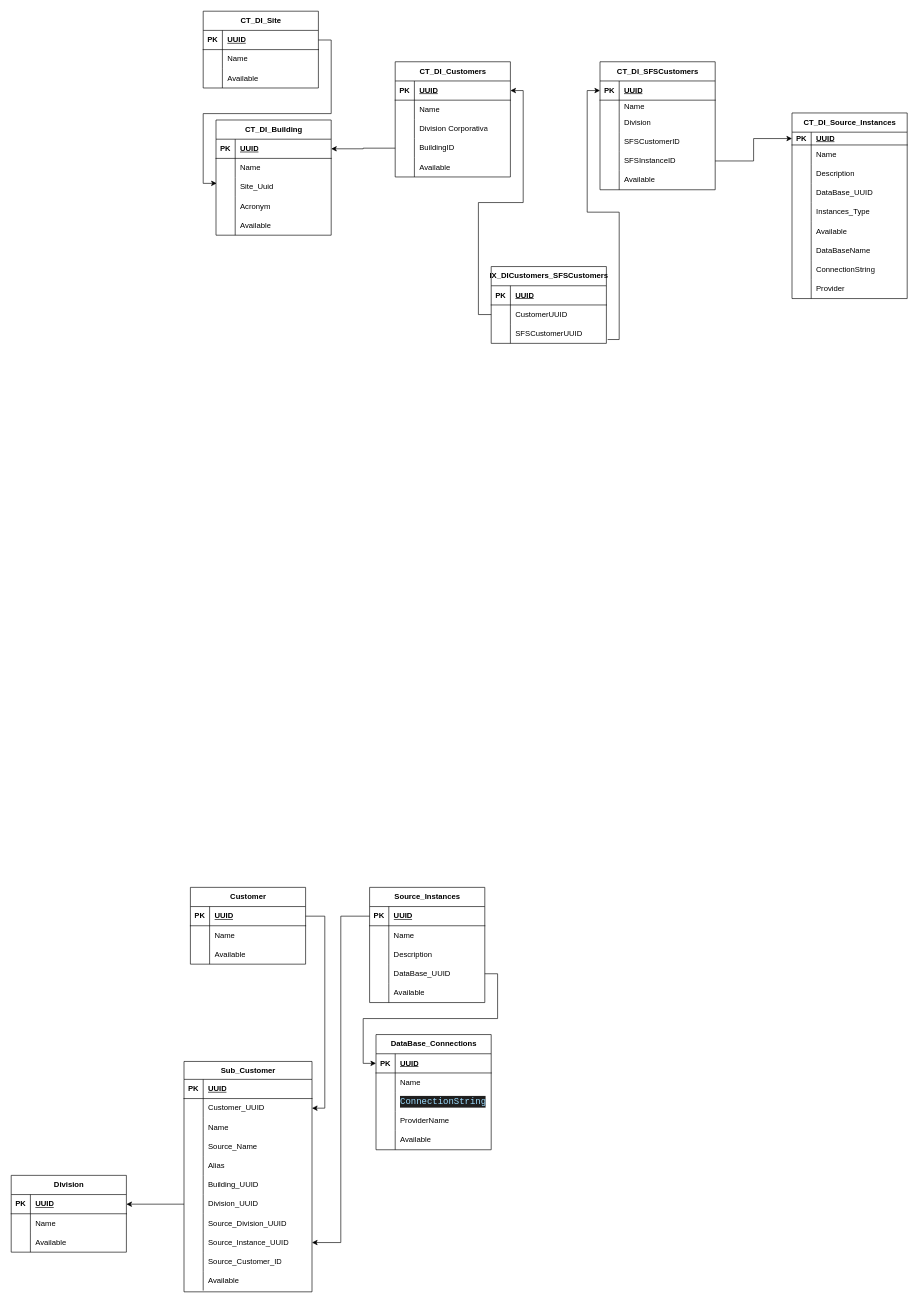
The draw.io diagram page "Copy of Customers DATAINTEGRITY" (2 of 15) of Untitled Diagram.drawio in byok22/backend, before the edit. Source tidied: cells renumbered, new cells numbered last; positions are measured from the earlier drawing's top-left corner, leaving out a move shared by most shapes. Both pictures are drawn from the tidied source at 64%, with x=0, y=0 at pixel (11, 11).
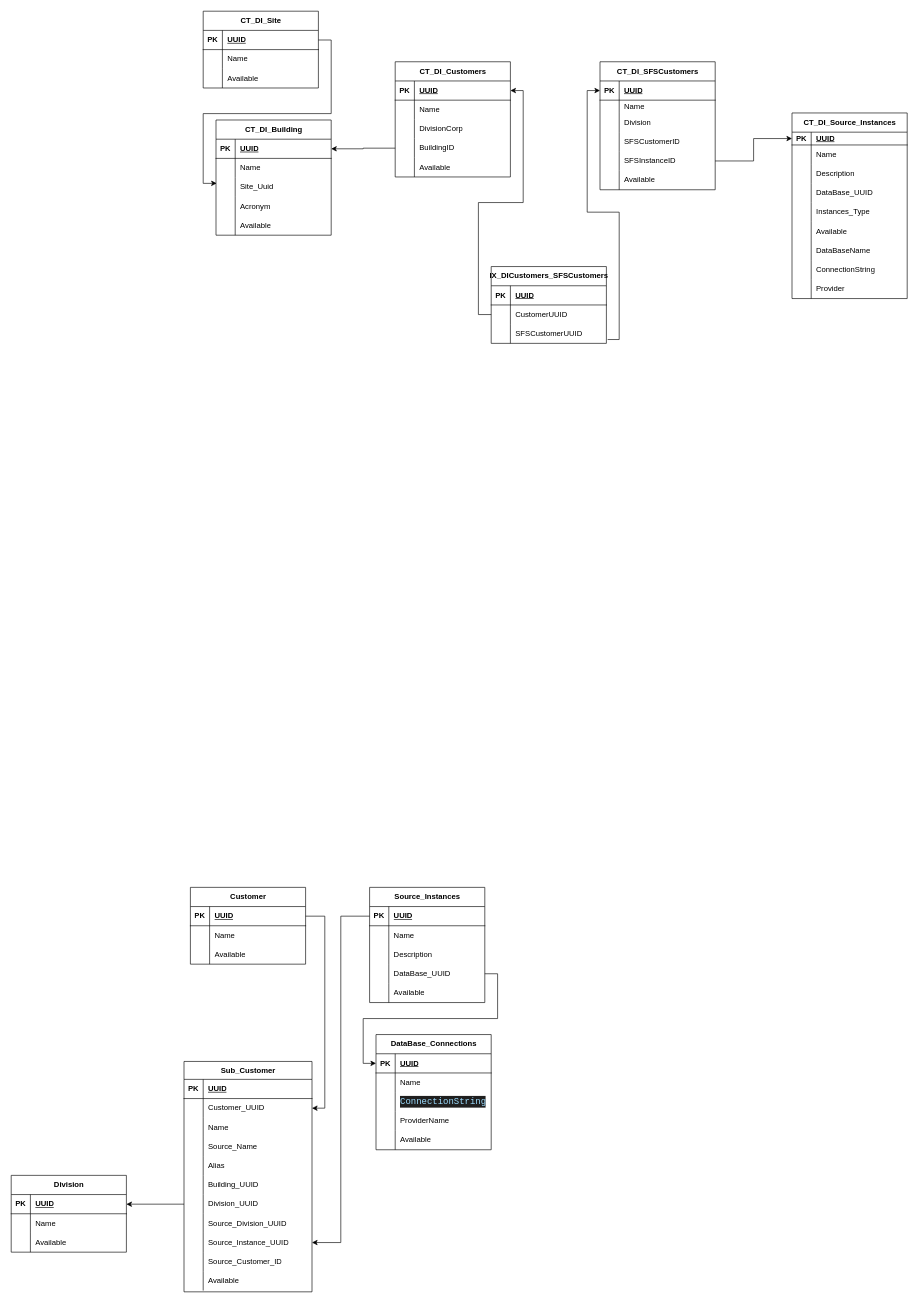
The same page after the edit.

Unchanged cells that the change refers to:
```xml
<mxCell id="25" style="shape=tableRow;horizontal=0;startSize=0;swimlaneHead=0;swimlaneBody=0;fillColor=none;top=0;left=0;right=0;bottom=0;" parent="18" vertex="1">
  <mxGeometry y="90" width="180" height="30" as="geometry" />
</mxCell>
```

Change to the diagram source:
```diff
@@
-    <mxCell id="27" value="Division Corporativa" style="shape=partialRectangle;fillColor=none;top=0;left=0;bottom=0;right=0;align=left;spacingLeft=6;overflow=hidden;whiteSpace=wrap;html=1;" parent="25" vertex="1">
+    <mxCell id="27" value="DivisionCorp" style="shape=partialRectangle;fillColor=none;top=0;left=0;bottom=0;right=0;align=left;spacingLeft=6;overflow=hidden;whiteSpace=wrap;html=1;" parent="25" vertex="1">
       <mxGeometry x="30" width="150" height="30" as="geometry" />
     </mxCell>
```
